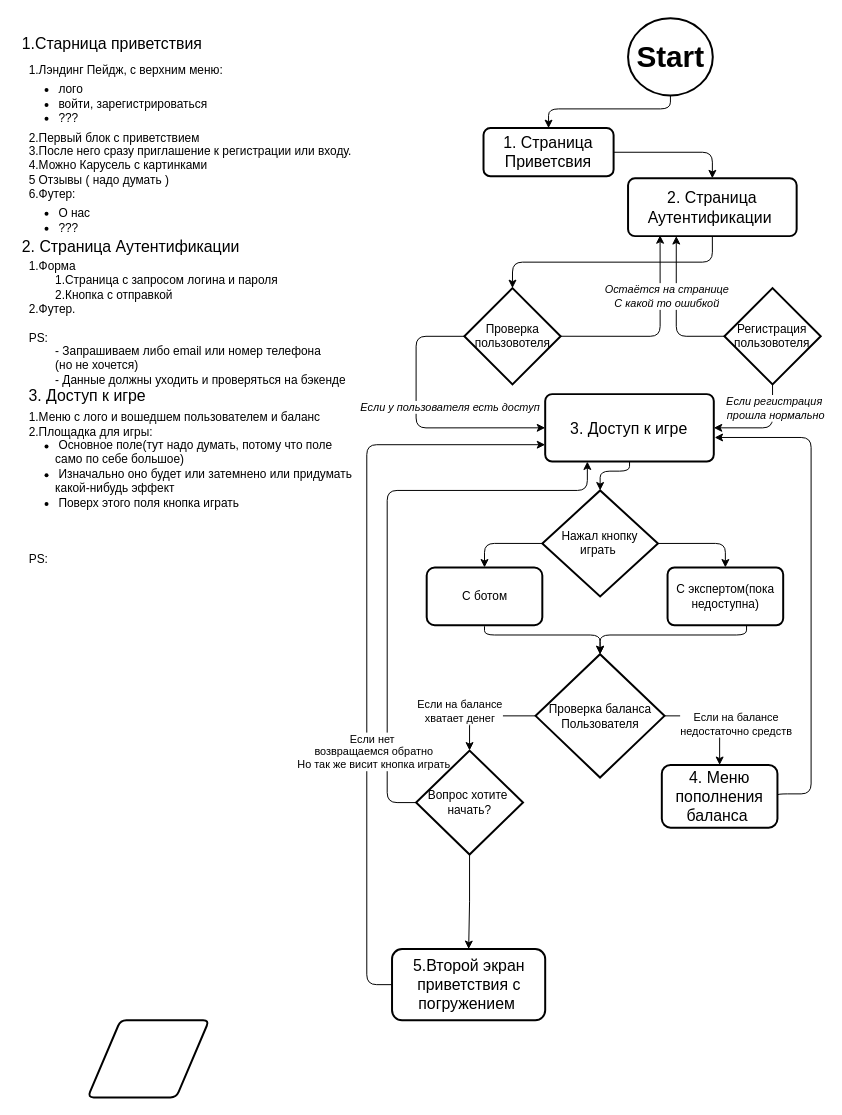
Above: lila_game.drawio in tocheniy/llg_diogram (draw.io), before the change. Source tidied: cells renumbered, new cells numbered last; positions are measured from the earlier drawing's top-left corner, leaving out a move shared by most shapes. Both pictures are drawn from the tidied source at 99%, with x=0, y=0 at pixel (20, 18).
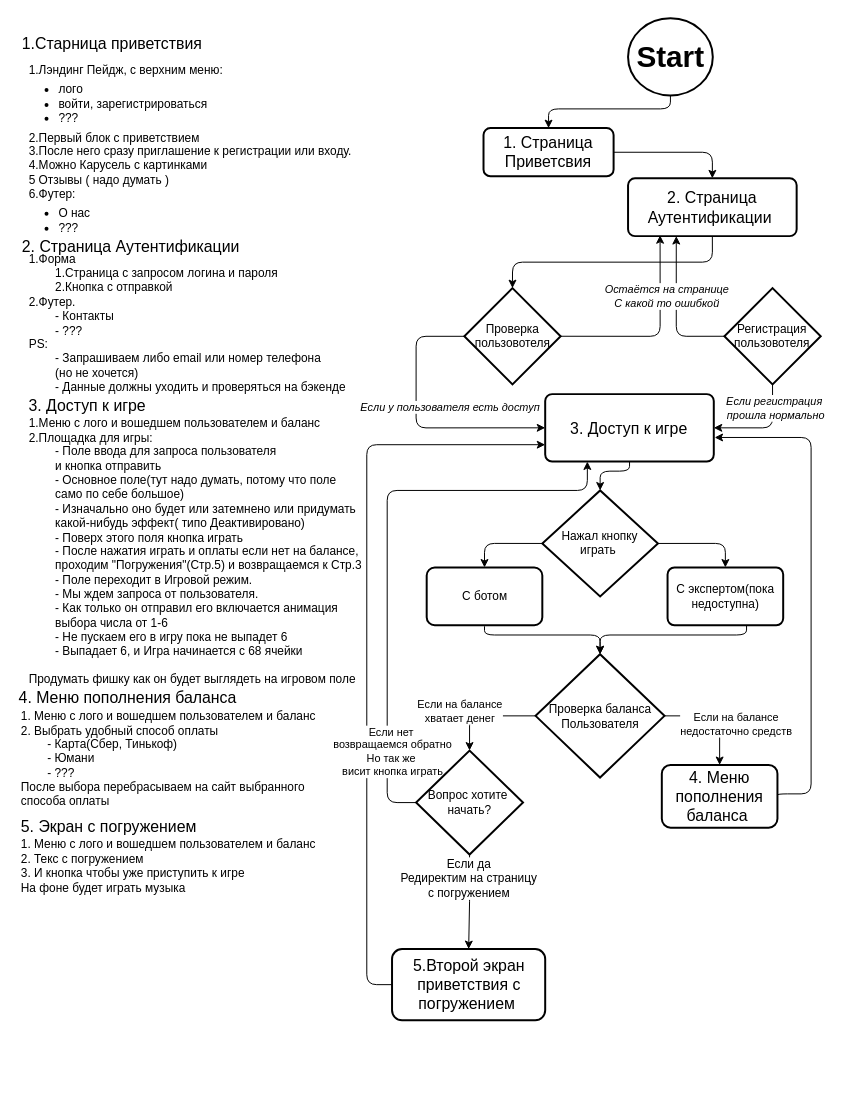
Above is the later version.

Unchanged cells that the change refers to:
```xml
<mxCell id="41" style="edgeStyle=orthogonalEdgeStyle;rounded=1;jettySize=auto;html=1;fontFamily=Helvetica;fontSize=12;fontColor=default;curved=0;entryX=0.25;entryY=1;entryDx=0;entryDy=0;" parent="1" edge="1" source="44" target="22">
  <mxGeometry relative="1" as="geometry">
    <Array as="points">
      <mxPoint x="370.6" y="792.2" />
      <mxPoint x="370.6" y="476.9" />
      <mxPoint x="573.1" y="476.9" />
    </Array>
  </mxGeometry>
</mxCell>
<mxCell id="43" style="edgeStyle=orthogonalEdgeStyle;rounded=0;jettySize=auto;html=1;fontFamily=Helvetica;fontSize=12;fontColor=default;" parent="1" edge="1" source="44" target="38">
  <mxGeometry relative="1" as="geometry" />
</mxCell>
```

What changed in the source:
```diff
@@
-    <mxCell id="5" style="shape=parallelogram;html=1;strokeWidth=2;perimeter=parallelogramPerimeter;whiteSpace=wrap;rounded=1;arcSize=12;size=0.27;" parent="1" vertex="1">
-      <mxGeometry x="68.1" y="1012.1" width="122.6" height="77.9" as="geometry" />
-    </mxCell>
@@
-    <mxCell id="14" value="&lt;div&gt;&lt;span style=&quot;background-color: initial;&quot;&gt;1.Форма&lt;/span&gt;&lt;br&gt;&lt;/div&gt;&lt;span style=&quot;white-space: pre;&quot;&gt;&#9;&lt;/span&gt;1.Страница с запросом логина и пароля&lt;div&gt;&lt;span style=&quot;white-space: pre;&quot;&gt;&#9;&lt;/span&gt;2.Кнопка с отправкой&lt;/div&gt;&lt;div&gt;2.Футер.&lt;/div&gt;&lt;div&gt;&lt;br&gt;&lt;/div&gt;&lt;div&gt;PS:&lt;/div&gt;&lt;div&gt;&lt;span style=&quot;white-space: pre;&quot;&gt;&#9;&lt;/span&gt;- Запрашиваем либо email или номер телефона&amp;nbsp;&lt;/div&gt;&lt;div&gt;&lt;span style=&quot;white-space: pre;&quot;&gt;&#9;&lt;/span&gt;(&lt;span style=&quot;background-color: initial;&quot;&gt;но не хочется)&lt;/span&gt;&lt;/div&gt;&lt;div&gt;&lt;div&gt;&lt;span style=&quot;white-space: pre;&quot;&gt;&#9;&lt;/span&gt;- Данные должны уходить и проверяться на бэкенде&lt;/div&gt;&lt;/div&gt;" style="text;html=1;align=left;verticalAlign=middle;strokeColor=none;fillColor=none;" parent="1" vertex="1">
-      <mxGeometry x="6.8" y="238.4" width="340" height="140" as="geometry" />
+    <mxCell id="14" value="&lt;div&gt;&lt;span style=&quot;background-color: initial;&quot;&gt;1.Форма&lt;/span&gt;&lt;br&gt;&lt;/div&gt;&lt;span style=&quot;white-space: pre;&quot;&gt;&#9;&lt;/span&gt;1.Страница с запросом логина и пароля&lt;div&gt;&lt;span style=&quot;white-space: pre;&quot;&gt;&#9;&lt;/span&gt;2.Кнопка с отправкой&lt;/div&gt;&lt;div&gt;2.Футер.&lt;/div&gt;&lt;div&gt;&lt;span style=&quot;white-space: pre;&quot;&gt;&#9;&lt;/span&gt;- Контакты&lt;br&gt;&lt;/div&gt;&lt;div&gt;&lt;span style=&quot;white-space: pre;&quot;&gt;&#9;&lt;/span&gt;- ???&lt;br&gt;&lt;/div&gt;&lt;div&gt;PS:&lt;/div&gt;&lt;div&gt;&lt;span style=&quot;white-space: pre;&quot;&gt;&#9;&lt;/span&gt;- Запрашиваем либо email или номер телефона&amp;nbsp;&lt;/div&gt;&lt;div&gt;&lt;span style=&quot;white-space: pre;&quot;&gt;&#9;&lt;/span&gt;(&lt;span style=&quot;background-color: initial;&quot;&gt;но не хочется)&lt;/span&gt;&lt;/div&gt;&lt;div&gt;&lt;div&gt;&lt;span style=&quot;white-space: pre;&quot;&gt;&#9;&lt;/span&gt;- Данные должны уходить и проверяться на бэкенде&lt;/div&gt;&lt;/div&gt;" style="text;html=1;align=left;verticalAlign=middle;strokeColor=none;fillColor=none;" parent="1" vertex="1">
+      <mxGeometry x="6.8" y="228.4" width="340" height="160" as="geometry" />
     </mxCell>
@@
     <mxCell id="23" value="3. Доступ к игре" style="text;align=left;verticalAlign=middle;strokeColor=none;fillColor=none;fontSize=16;" parent="1" vertex="1">
-      <mxGeometry x="6.8" y="365" width="140" height="30" as="geometry" />
+      <mxGeometry x="6.8" y="375" width="140" height="30" as="geometry" />
     </mxCell>
-    <mxCell id="24" value="&lt;div&gt;&lt;span style=&quot;background-color: initial;&quot;&gt;1.Меню с лого и вошедшем пользователем и баланс&lt;/span&gt;&lt;/div&gt;&lt;div&gt;2.Площадка для игры:&lt;/div&gt;&lt;div&gt;&lt;ul style=&quot;padding-left: 30px; margin-top: 0px; margin-bottom: 0px;&quot;&gt;&lt;li&gt;Основное поле(тут надо думать, потому что поле&amp;nbsp;&lt;/li&gt;&lt;/ul&gt;&lt;span style=&quot;background-color: initial;&quot;&gt;&lt;span style=&quot;white-space: pre;&quot;&gt;&#9;&lt;/span&gt;само по себе большое)&amp;nbsp;&lt;/span&gt;&lt;br&gt;&lt;ul style=&quot;padding-left: 30px; margin-top: 0px; margin-bottom: 0px;&quot;&gt;&lt;li&gt;Изначально оно будет или затемнено или придумать&lt;/li&gt;&lt;/ul&gt;&lt;span style=&quot;background-color: initial;&quot;&gt;&lt;span style=&quot;white-space: pre;&quot;&gt;&#9;&lt;/span&gt;какой-нибудь эффект&amp;nbsp;&lt;/span&gt;&lt;/div&gt;&lt;div&gt;&lt;ul style=&quot;padding-left: 30px; margin-top: 0px; margin-bottom: 0px;&quot;&gt;&lt;li&gt;Поверх этого поля кнопка играть&lt;/li&gt;&lt;/ul&gt;&lt;div&gt;&lt;br&gt;&lt;/div&gt;&lt;/div&gt;&lt;div&gt;&lt;br&gt;&lt;/div&gt;&lt;div&gt;&lt;br&gt;&lt;/div&gt;&lt;div&gt;PS:&lt;br&gt;&lt;div&gt;&lt;br&gt;&lt;/div&gt;&lt;/div&gt;" style="text;html=1;align=left;verticalAlign=middle;strokeColor=none;fillColor=none;" parent="1" vertex="1">
-      <mxGeometry x="6.8" y="387.3" width="350" height="190" as="geometry" />
+    <mxCell id="24" value="&lt;div&gt;&lt;span style=&quot;background-color: initial;&quot;&gt;1.Меню с лого и вошедшем пользователем и баланс&lt;/span&gt;&lt;/div&gt;&lt;div&gt;2.Площадка для игры:&lt;/div&gt;&lt;div&gt;&lt;span style=&quot;white-space: pre;&quot;&gt;&#9;&lt;/span&gt;- Поле ввода для запроса пользователя&amp;nbsp;&lt;/div&gt;&lt;div&gt;&lt;span style=&quot;white-space: pre;&quot;&gt;&#9;&lt;/span&gt;и кнопка отправить&lt;br&gt;&lt;/div&gt;&lt;div&gt;&lt;span style=&quot;background-color: initial;&quot;&gt;&lt;span style=&quot;white-space: pre;&quot;&gt;&#9;&lt;/span&gt;- Основное поле(тут надо думать, потому что поле&amp;nbsp;&lt;/span&gt;&lt;/div&gt;&lt;div&gt;&lt;span style=&quot;background-color: initial;&quot;&gt;&lt;span style=&quot;white-space: pre;&quot;&gt;&#9;&lt;/span&gt;само по себе большое)&amp;nbsp;&lt;/span&gt;&lt;/div&gt;&lt;div&gt;&lt;span style=&quot;background-color: initial;&quot;&gt;&lt;span style=&quot;white-space: pre;&quot;&gt;&#9;&lt;/span&gt;- Изначально оно будет или затемнено или придумать&lt;/span&gt;&lt;span style=&quot;background-color: initial;&quot;&gt;&lt;br&gt;&lt;/span&gt;&lt;span style=&quot;background-color: initial;&quot;&gt;&lt;span style=&quot;white-space: pre;&quot;&gt;&#9;&lt;/span&gt;какой-нибудь эффект( типо Деактивировано)&lt;/span&gt;&lt;/div&gt;&lt;div&gt;&lt;span style=&quot;background-color: initial;&quot;&gt;&lt;span style=&quot;white-space: pre;&quot;&gt;&#9;&lt;/span&gt;- Поверх этого поля кнопка играть&lt;/span&gt;&lt;/div&gt;&lt;div&gt;&lt;div&gt;&lt;span style=&quot;white-space: pre;&quot;&gt;&lt;span style=&quot;white-space: pre;&quot;&gt;&#9;&lt;/span&gt;- После нажатия играть и оплаты если нет на балансе,&lt;/span&gt;&lt;/div&gt;&lt;div&gt;&lt;span style=&quot;white-space: pre;&quot;&gt;&lt;span style=&quot;white-space: pre;&quot;&gt;&#9;&lt;/span&gt;проходим &quot;Погружения&quot;(Стр.5) и возвращаемся к Стр.3&lt;/span&gt;&lt;br&gt;&lt;/div&gt;&lt;/div&gt;&lt;div&gt;&lt;span style=&quot;white-space: pre;&quot;&gt;&lt;span style=&quot;white-space: pre;&quot;&gt;&#9;&lt;/span&gt;- П&lt;/span&gt;&lt;span style=&quot;white-space-collapse: preserve; background-color: initial;&quot;&gt;оле переходит в Игровой режим.&lt;/span&gt;&lt;/div&gt;&lt;div&gt;&lt;span style=&quot;white-space-collapse: preserve; background-color: initial;&quot;&gt;&lt;span style=&quot;white-space: pre;&quot;&gt;&#9;&lt;/span&gt;- Мы ждем запроса от пользователя.&lt;br&gt;&lt;/span&gt;&lt;/div&gt;&lt;div&gt;&lt;span style=&quot;white-space-collapse: preserve; background-color: initial;&quot;&gt;&lt;span style=&quot;white-space: pre;&quot;&gt;&#9;&lt;/span&gt;- Как только он отправил его включается анимация&lt;br&gt;&lt;/span&gt;&lt;/div&gt;&lt;div&gt;&lt;span style=&quot;white-space-collapse: preserve; background-color: initial;&quot;&gt;&lt;span style=&quot;white-space: pre;&quot;&gt;&#9;&lt;/span&gt;выбора числа от 1-6&lt;br&gt;&lt;/span&gt;&lt;/div&gt;&lt;div&gt;&lt;span style=&quot;white-space-collapse: preserve; background-color: initial;&quot;&gt;&lt;span style=&quot;white-space: pre;&quot;&gt;&#9;&lt;/span&gt;- Не пускаем его в игру пока не выпадет 6&lt;br&gt;&lt;/span&gt;&lt;/div&gt;&lt;div&gt;&lt;span style=&quot;white-space-collapse: preserve; background-color: initial;&quot;&gt;&lt;span style=&quot;white-space: pre;&quot;&gt;&#9;&lt;/span&gt;- Выпадает 6, и Игра начинается с 68 ячейки&lt;br&gt;&lt;/span&gt;&lt;/div&gt;&lt;div&gt;&lt;span style=&quot;white-space-collapse: preserve; background-color: initial;&quot;&gt;&lt;br&gt;&lt;/span&gt;&lt;/div&gt;&lt;div&gt;&lt;span style=&quot;white-space-collapse: preserve; background-color: initial;&quot;&gt;Продумать фишку как он будет выглядеть на игровом поле&lt;/span&gt;&lt;/div&gt;&lt;div&gt;&lt;br&gt;&lt;/div&gt;&lt;div&gt;&lt;div&gt;&lt;br&gt;&lt;/div&gt;&lt;/div&gt;" style="text;html=1;align=left;verticalAlign=middle;strokeColor=none;fillColor=none;" parent="1" vertex="1">
+      <mxGeometry x="6.8" y="393.3" width="360" height="320" as="geometry" />
     </mxCell>
@@
-    <mxCell id="42" value="Если нет&amp;nbsp;&lt;div style=&quot;font-size: 11px;&quot;&gt;возвращаемся обратно&lt;/div&gt;&lt;div style=&quot;font-size: 11px;&quot;&gt;Но так же висит кнопка играть&lt;/div&gt;" style="edgeLabel;html=1;align=center;verticalAlign=middle;rounded=1;strokeColor=default;strokeWidth=2;arcSize=14;fontFamily=Helvetica;fontSize=11;fontColor=default;fillColor=default;" parent="41" vertex="1">
+    <mxCell id="42" value="Если нет&amp;nbsp;&lt;div style=&quot;font-size: 11px;&quot;&gt;возвращаемся обратно&lt;/div&gt;&lt;div style=&quot;font-size: 11px;&quot;&gt;Но так же&amp;nbsp;&lt;/div&gt;&lt;div style=&quot;font-size: 11px;&quot;&gt;висит кнопка играть&lt;/div&gt;" style="edgeLabel;html=1;align=center;verticalAlign=middle;rounded=1;strokeColor=default;strokeWidth=2;arcSize=14;fontFamily=Helvetica;fontSize=11;fontColor=default;fillColor=default;" parent="41" vertex="1">
       <mxGeometry x="-0.67" y="-2" relative="1" as="geometry">
-        <mxPoint x="-16" y="14" as="offset" />
+        <mxPoint x="3" y="14" as="offset" />
       </mxGeometry>
     </mxCell>
@@
+    <mxCell id="45" value="Если да&lt;br&gt;Редиректим на страницу&lt;div&gt;с погружением&lt;/div&gt;" style="edgeLabel;html=1;align=center;verticalAlign=middle;rounded=1;strokeColor=default;strokeWidth=2;arcSize=14;fontFamily=Helvetica;fontSize=12;fontColor=default;fillColor=default;" parent="43" vertex="1">
+      <mxGeometry x="-0.51" y="-1" relative="1" as="geometry" />
+    </mxCell>
@@
+    <mxCell id="46" value="4. Меню пополнения баланса " style="text;align=left;verticalAlign=middle;strokeColor=none;fillColor=none;fontSize=16;" parent="1" vertex="1">
+      <mxGeometry x="-3.2" y="670" width="250" height="30" as="geometry" />
+    </mxCell>
+    <mxCell id="47" value="&lt;div&gt;&lt;span style=&quot;background-color: initial;&quot;&gt;1. Меню с лого и вошедшем пользователем и баланс&lt;/span&gt;&lt;/div&gt;&lt;div&gt;2. Выбрать удобный способ оплаты&lt;/div&gt;&lt;div&gt;&lt;span style=&quot;white-space: pre;&quot;&gt;&#9;&lt;/span&gt;- Карта(Сбер, Тинькоф)&lt;/div&gt;&lt;div&gt;&lt;span style=&quot;white-space: pre;&quot;&gt;&#9;&lt;/span&gt;- Юмани&lt;/div&gt;&lt;div&gt;&lt;span style=&quot;white-space: pre;&quot;&gt;&#9;&lt;/span&gt;- ???&lt;br&gt;&lt;/div&gt;&lt;div&gt;После выбора перебрасываем на сайт выбранного&lt;/div&gt;&lt;div&gt;способа оплаты&lt;/div&gt;" style="text;html=1;align=left;verticalAlign=middle;strokeColor=none;fillColor=none;" parent="1" vertex="1">
+      <mxGeometry x="-1" y="693" width="320" height="110" as="geometry" />
+    </mxCell>
+    <mxCell id="48" value="5. Экран с погружением" style="text;align=left;verticalAlign=middle;strokeColor=none;fillColor=none;fontSize=16;" parent="1" vertex="1">
+      <mxGeometry x="-1" y="800" width="200" height="30" as="geometry" />
+    </mxCell>
+    <mxCell id="49" value="&lt;div&gt;&lt;span style=&quot;background-color: initial;&quot;&gt;1. Меню с лого и вошедшем пользователем и баланс&lt;/span&gt;&lt;/div&gt;&lt;div&gt;2. Текс с погружением&lt;/div&gt;&lt;div&gt;3. И кнопка чтобы уже приступить к игре&lt;/div&gt;&lt;div&gt;На фоне будет играть музыка&lt;/div&gt;&lt;div&gt;&lt;br&gt;&lt;/div&gt;&lt;div&gt;&lt;br&gt;&lt;/div&gt;" style="text;html=1;align=left;verticalAlign=middle;strokeColor=none;fillColor=none;" parent="1" vertex="1">
+      <mxGeometry x="-0.8" y="820.6" width="320" height="100" as="geometry" />
+    </mxCell>
```
